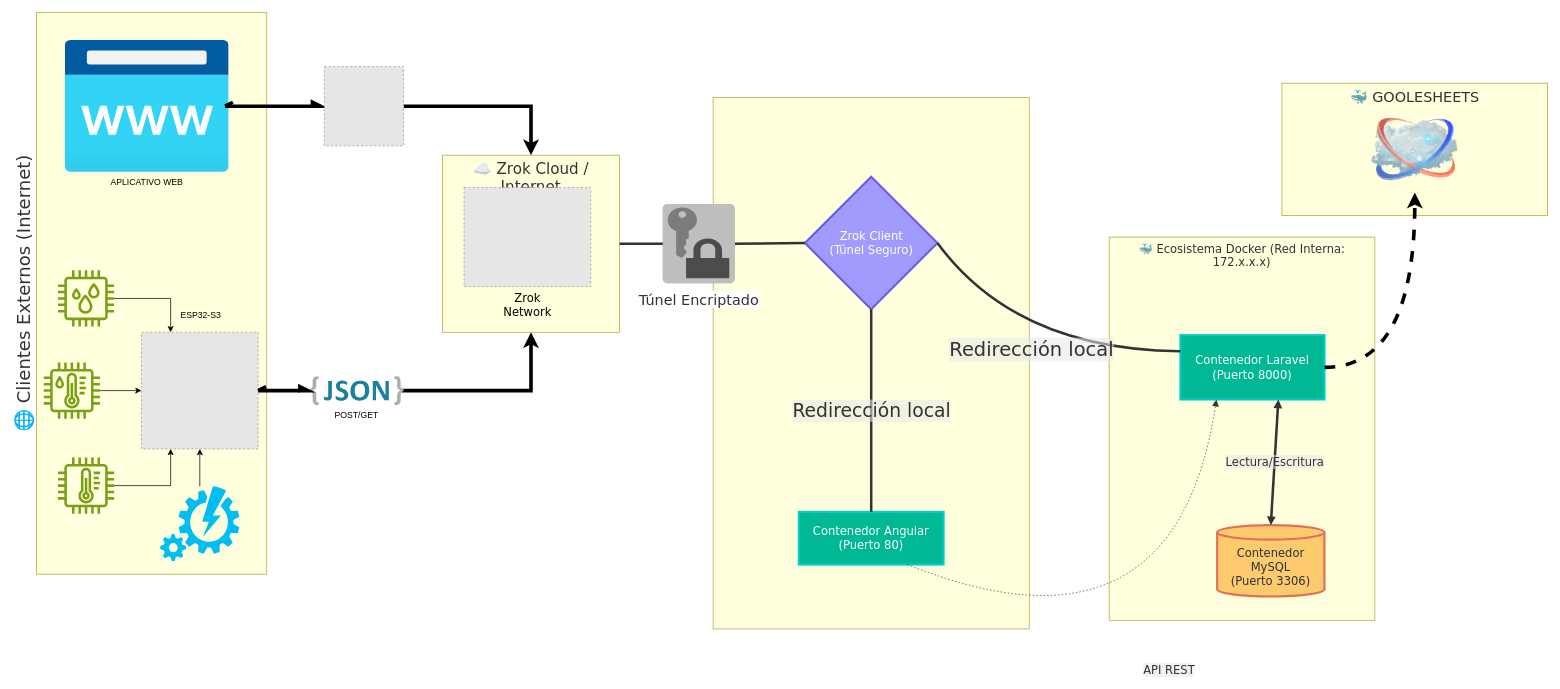
This is DIAGRAMA_TESIS.drawio from Jovigovidal/Backend_IoT_agro, a draw.io file, before an edit. Source tidied: cells renumbered, new cells numbered last; positions are measured from the earlier drawing's top-left corner, leaving out a move shared by most shapes. Both pictures are drawn from the tidied source at 72%, with x=0, y=0 at pixel (-130, 40). Pictures stored in the file or linked from it are replaced by grey dashed boxes.
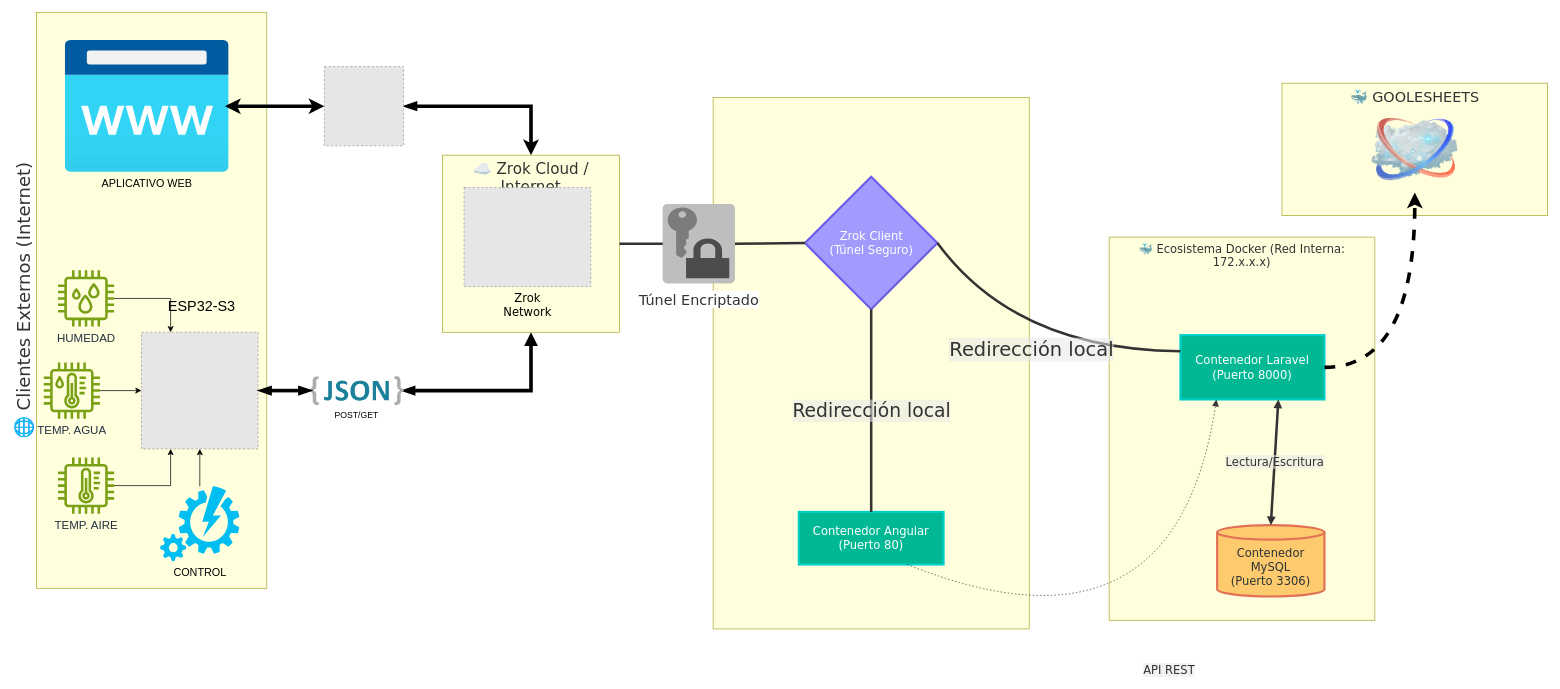
After the change.

Unchanged cells that the change refers to:
```xml
<mxCell id="3" style="group;transparentBounds=1;editIcon=1;lockedGroup=0;groupPadding=10;" parent="1" vertex="1">
  <mxGeometry x="200" y="200" width="1291.5" height="510" as="geometry" />
</mxCell>
<mxCell id="18" value="POST/GET" style="dashed=0;outlineConnect=0;align=center;labelPosition=center;verticalLabelPosition=bottom;verticalAlign=top;shape=mxgraph.weblogos.json_2;fillColor=default;points=[[0.020134,0.5,0,0,0],[0.068408,0.119048,0,0,0],[0.068408,1,0,0,1],[0.50995,0.119048,0,0,0],[0.50995,1,0,0,22],[0.926617,0.119048,0,0,0],[0.926617,1,0,0,1],[0.979866,0.5,0,0,0]];" parent="3" vertex="1">
  <mxGeometry x="410" y="267" width="130" height="40" as="geometry" />
</mxCell>
<mxCell id="19" style="fillColor=#E6E6E6;strokeColor=#999999;dashed=1;html=1;verticalAlign=top;verticalLabelPosition=bottom;labelBackgroundColor=#ffffff;" parent="3" vertex="1">
  <mxGeometry x="430" y="-163" width="110" height="110" as="geometry" />
</mxCell>
<mxCell id="21" value="☁️ Zrok Cloud / Internet" style="html=1;whiteSpace=wrap;strokeWidth=1;verticalAlign=top;fillColor=light-dark(#ffffde,#1f2020);strokeColor=light-dark(#aaaa33,#cccccc);fontColor=light-dark(#333333,#cccccc);fontFamily=Trebuchet MS,Verdana,Arial,sans-serif;fontSize=21;" parent="20" vertex="1">
  <mxGeometry width="246" height="246" as="geometry" />
</mxCell>
```

Change to the diagram source:
```diff
@@
     <mxCell id="4" value="🌐 Clientes Externos (Internet)" style="html=1;whiteSpace=wrap;strokeWidth=1;verticalAlign=bottom;fillColor=light-dark(#ffffde,#1f2020);strokeColor=light-dark(#aaaa33,#cccccc);fontColor=light-dark(#333333,#cccccc);fontFamily=Trebuchet MS,Verdana,Arial,sans-serif;fontSize=25;rotation=-90;labelPosition=center;verticalLabelPosition=top;align=center;horizontal=1;" parent="3" vertex="1">
-      <mxGeometry x="-200" y="-8" width="780" height="320" as="geometry" />
+      <mxGeometry x="-210" y="2" width="800" height="320" as="geometry" />
     </mxCell>
@@
-    <mxCell id="7" value="APLICATIVO WEB" style="image;points=[[0.975,0.059242,0,0,0],[0.975,0.309087,0,0,0],[0.975,0.700598,0,0,0],[0.975,0.969091,0,0,0],[0.975879,0.500012,0,0,0]];align=center;fontSize=12;image=img/lib/azure2/app_services/App_Service_Domains.svg;labelBackgroundColor=none;" parent="3" vertex="1">
+    <mxCell id="7" value="APLICATIVO WEB" style="image;points=[[0.975,0.059242,0,0,0],[0.975,0.309087,0,0,0],[0.975,0.700598,0,0,0],[0.975,0.969091,0,0,0],[0.975879,0.500012,0,0,0]];align=center;fontSize=15;image=img/lib/azure2/app_services/App_Service_Domains.svg;labelBackgroundColor=none;" parent="3" vertex="1">
       <mxGeometry x="70" y="-200" width="227.5" height="184" as="geometry" />
     </mxCell>
-    <mxCell id="8" value=" ESP32-S3&#10;" style="fillColor=#E6E6E6;strokeColor=#999999;dashed=1;verticalAlign=bottom;verticalLabelPosition=top;labelBackgroundColor=none;labelPosition=center;align=center;" parent="3" vertex="1">
+    <mxCell id="8" value=" ESP32-S3&#10;" style="fillColor=#E6E6E6;strokeColor=#999999;dashed=1;verticalAlign=bottom;verticalLabelPosition=top;labelBackgroundColor=none;labelPosition=center;align=center;fontSize=20;" parent="3" vertex="1">
       <mxGeometry x="176" y="206" width="162" height="162" as="geometry" />
     </mxCell>
@@
-    <mxCell id="10" style="sketch=0;outlineConnect=0;fontColor=#232F3E;gradientColor=none;fillColor=#7AA116;strokeColor=none;dashed=0;verticalLabelPosition=bottom;verticalAlign=top;align=center;html=1;fontSize=12;fontStyle=0;shape=mxgraph.aws4.iot_thing_temperature_sensor;points=[[0.038462,0.278846,0,0,0],[0.038462,0.5,0,0,0],[0.038462,0.74359,0,0,0]];" parent="3" vertex="1">
+    <mxCell id="10" value="TEMP. AIRE" style="sketch=0;outlineConnect=0;fontColor=#232F3E;gradientColor=none;fillColor=#7AA116;strokeColor=none;dashed=0;verticalLabelPosition=bottom;verticalAlign=top;align=center;html=1;fontSize=16;fontStyle=0;shape=mxgraph.aws4.iot_thing_temperature_sensor;points=[[0.038462,0.278846,0,0,0],[0.038462,0.5,0,0,0],[0.038462,0.74359,0,0,0]];" parent="3" vertex="1">
       <mxGeometry x="60" y="380" width="78" height="78" as="geometry" />
     </mxCell>
@@
-    <mxCell id="12" style="sketch=0;outlineConnect=0;fontColor=#232F3E;gradientColor=none;fillColor=#7AA116;strokeColor=none;dashed=0;verticalLabelPosition=bottom;verticalAlign=top;align=center;html=1;fontSize=12;fontStyle=0;shape=mxgraph.aws4.iot_thing_temperature_humidity_sensor;points=[[0.038462,0.269231,0,0,0],[0.038462,0.5,0,0,0],[0.038462,0.730769,0,0,0],[0.5,0.961538,0,0,0]];" parent="3" vertex="1">
+    <mxCell id="12" value="TEMP. AGUA" style="sketch=0;outlineConnect=0;fontColor=#232F3E;gradientColor=none;fillColor=#7AA116;strokeColor=none;dashed=0;verticalLabelPosition=bottom;verticalAlign=top;align=center;html=1;fontSize=16;fontStyle=0;shape=mxgraph.aws4.iot_thing_temperature_humidity_sensor;points=[[0.038462,0.269231,0,0,0],[0.038462,0.5,0,0,0],[0.038462,0.730769,0,0,0],[0.5,0.961538,0,0,0]];" parent="3" vertex="1">
       <mxGeometry x="40.3" y="248" width="78" height="78" as="geometry" />
     </mxCell>
@@
-    <mxCell id="14" style="sketch=0;outlineConnect=0;fontColor=#232F3E;gradientColor=none;fillColor=#7AA116;strokeColor=none;dashed=0;verticalLabelPosition=bottom;verticalAlign=top;align=center;html=1;fontSize=12;fontStyle=0;shape=mxgraph.aws4.iot_thing_humidity_sensor;points=[[0.02561,0.388163,0,0,0],[0.025641,0.5,0,0,0],[0.025641,0.624103,0,0,0],[0.025641,0.739487,0,0,0],[0.025685,0.269206,0,0,0],[0.274217,0.961538,0,0,0],[0.384672,0.961496,0,0,0],[0.491453,0.961553,0,0,0],[0.602536,0.961538,0,0,0],[0.730057,0.96151,0,0,0],[0.961461,0.72667,0,0,0],[0.961525,0.499973,0,0,0],[0.961526,0.269195,0,0,0],[0.961546,0.388195,0,0,0],[0.961557,0.611377,0,0,0]];" parent="3" vertex="1">
+    <mxCell id="14" value="HUMEDAD" style="sketch=0;outlineConnect=0;fontColor=#232F3E;gradientColor=none;fillColor=#7AA116;strokeColor=none;dashed=0;verticalLabelPosition=bottom;verticalAlign=top;align=center;html=1;fontSize=16;fontStyle=0;shape=mxgraph.aws4.iot_thing_humidity_sensor;points=[[0.02561,0.388163,0,0,0],[0.025641,0.5,0,0,0],[0.025641,0.624103,0,0,0],[0.025641,0.739487,0,0,0],[0.025685,0.269206,0,0,0],[0.274217,0.961538,0,0,0],[0.384672,0.961496,0,0,0],[0.491453,0.961553,0,0,0],[0.602536,0.961538,0,0,0],[0.730057,0.96151,0,0,0],[0.961461,0.72667,0,0,0],[0.961525,0.499973,0,0,0],[0.961526,0.269195,0,0,0],[0.961546,0.388195,0,0,0],[0.961557,0.611377,0,0,0]];" parent="3" vertex="1">
       <mxGeometry x="60" y="120" width="78" height="78" as="geometry" />
     </mxCell>
-    <mxCell id="15" style="edgeStyle=orthogonalEdgeStyle;rounded=0;jettySize=auto;html=1;entryX=0.5;entryY=0;entryDx=0;entryDy=0;exitX=1;exitY=0.5;exitDx=0;exitDy=0;strokeWidth=5;" parent="3" edge="1" source="19" target="21">
+    <mxCell id="15" style="edgeStyle=orthogonalEdgeStyle;rounded=0;jettySize=auto;html=1;entryX=0.5;entryY=0;entryDx=0;entryDy=0;exitX=1;exitY=0.5;exitDx=0;exitDy=0;strokeWidth=5;startArrow=blockThin;startFill=1;" parent="3" edge="1" source="19" target="21">
       <mxGeometry relative="1" as="geometry" />
     </mxCell>
-    <mxCell id="16" style="edgeStyle=orthogonalEdgeStyle;rounded=0;jettySize=auto;html=1;exitX=0.975879;exitY=0.500012;exitDx=0;exitDy=0;exitPerimeter=0;entryX=0;entryY=0.5;entryDx=0;entryDy=0;endArrow=async;endFill=1;startArrow=openAsync;startFill=0;fontSize=15;strokeWidth=5;" parent="3" edge="1" source="7" target="19">
+    <mxCell id="16" style="edgeStyle=orthogonalEdgeStyle;rounded=0;jettySize=auto;html=1;exitX=0.975879;exitY=0.500012;exitDx=0;exitDy=0;exitPerimeter=0;entryX=0;entryY=0.5;entryDx=0;entryDy=0;endArrow=classic;endFill=1;startArrow=classic;startFill=1;fontSize=15;strokeWidth=5;" parent="3" edge="1" source="7" target="19">
       <mxGeometry relative="1" as="geometry" />
     </mxCell>
-    <mxCell id="17" style="edgeStyle=orthogonalEdgeStyle;rounded=0;jettySize=auto;html=1;entryX=0.5;entryY=1;entryDx=0;entryDy=0;exitX=0.979866;exitY=0.5;exitDx=0;exitDy=0;exitPerimeter=0;strokeWidth=5;" parent="3" edge="1" source="18" target="21">
+    <mxCell id="17" style="edgeStyle=orthogonalEdgeStyle;rounded=0;jettySize=auto;html=1;entryX=0.5;entryY=1;entryDx=0;entryDy=0;exitX=0.979866;exitY=0.5;exitDx=0;exitDy=0;exitPerimeter=0;strokeWidth=5;endArrow=block;endFill=1;startArrow=blockThin;startFill=1;" parent="3" edge="1" source="18" target="21">
       <mxGeometry relative="1" as="geometry">
         <Array as="points">
           <mxPoint x="717" y="287" />
         </Array>
       </mxGeometry>
     </mxCell>
@@
-    <mxCell id="24" style="verticalLabelPosition=bottom;html=1;verticalAlign=top;align=center;strokeColor=none;fillColor=#00BEF2;shape=mxgraph.azure.automation;" parent="3" vertex="1">
+    <mxCell id="24" value="CONTROL" style="verticalLabelPosition=bottom;html=1;verticalAlign=top;align=center;strokeColor=none;fillColor=#00BEF2;shape=mxgraph.azure.automation;fontSize=15;" parent="3" vertex="1">
       <mxGeometry x="202" y="420" width="110" height="103.5" as="geometry" />
     </mxCell>
@@
-    <mxCell id="26" style="edgeStyle=orthogonalEdgeStyle;rounded=0;jettySize=auto;html=1;exitX=1;exitY=0.5;exitDx=0;exitDy=0;endArrow=async;endFill=1;startArrow=openAsync;startFill=0;entryX=0.020134;entryY=0.5;entryDx=0;entryDy=0;entryPerimeter=0;fontSize=15;strokeWidth=5;" parent="3" edge="1" source="8" target="18">
+    <mxCell id="26" style="edgeStyle=orthogonalEdgeStyle;rounded=0;jettySize=auto;html=1;exitX=1;exitY=0.5;exitDx=0;exitDy=0;endArrow=blockThin;endFill=1;startArrow=blockThin;startFill=1;entryX=0.020134;entryY=0.5;entryDx=0;entryDy=0;entryPerimeter=0;fontSize=15;strokeWidth=5;" parent="3" edge="1" source="8" target="18">
       <mxGeometry relative="1" as="geometry" />
     </mxCell>
```
